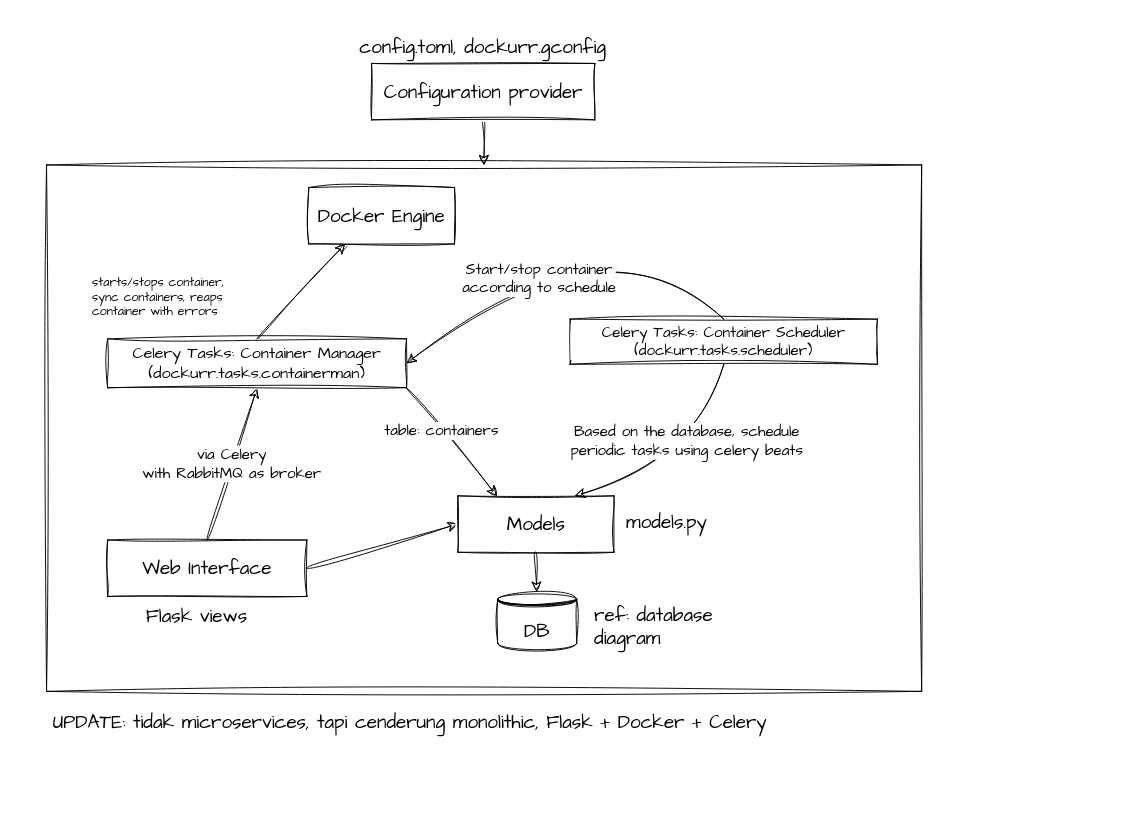
lc-at/dockurr keeps this draw.io diagram as page "services-cut" (1 of 3) of docs/caas-diagram.drawio. Above is the earlier version. Source tidied: cells renumbered, new cells numbered last; positions are measured from the earlier drawing's top-left corner, leaving out a move shared by most shapes. Both pictures are drawn from the tidied source at 94%, with x=0, y=0 at pixel (46, 32).
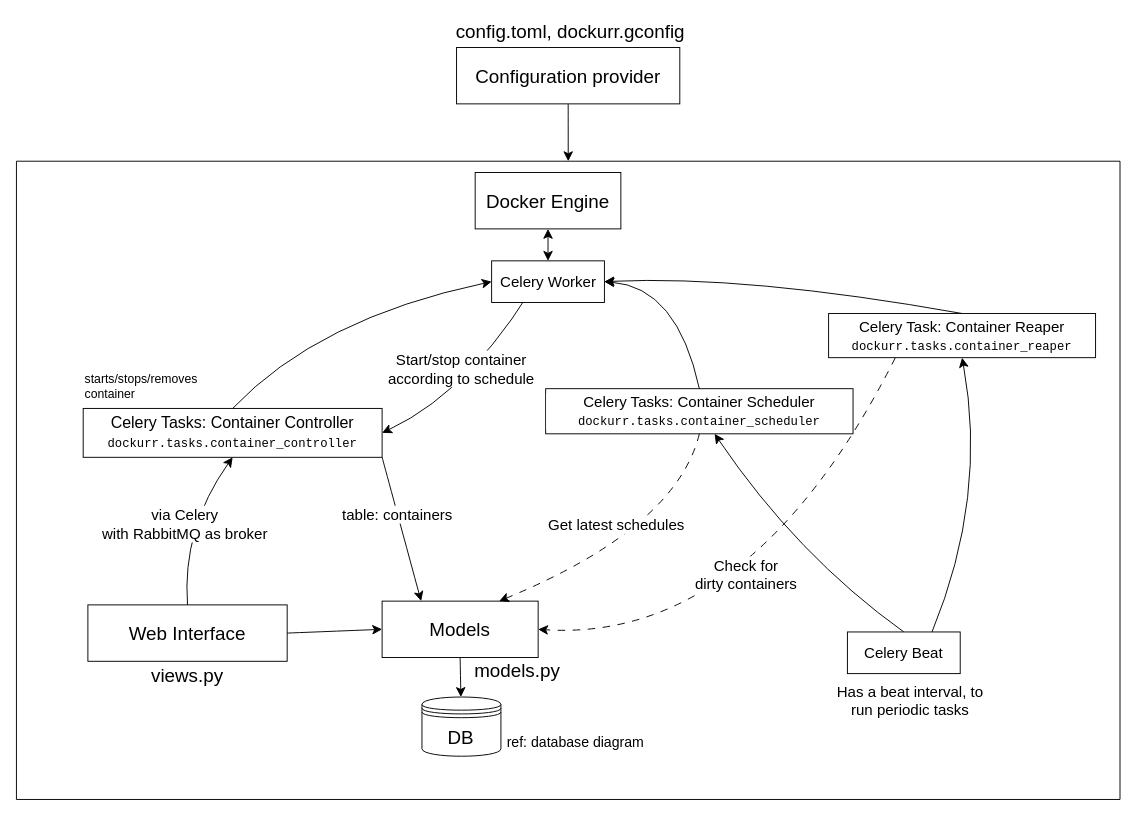
The same diagram, later.

Diff of the diagram source:
```diff
@@
-    <mxCell id="2" style="edgeStyle=none;curved=1;rounded=0;sketch=1;hachureGap=4;jiggle=2;curveFitting=1;orthogonalLoop=1;jettySize=auto;html=1;exitX=0.75;exitY=0;exitDx=0;exitDy=0;fontFamily=Architects Daughter;fontSize=16;startSize=8;endSize=8;" parent="1" edge="1">
+    <mxCell id="2" style="edgeStyle=none;curved=1;rounded=0;hachureGap=4;orthogonalLoop=1;jettySize=auto;html=1;exitX=0.75;exitY=0;exitDx=0;exitDy=0;fontFamily=Helvetica;fontSize=16;startSize=8;endSize=8;" parent="1" edge="1">
       <mxGeometry relative="1" as="geometry">
-        <mxPoint x="457.5" y="525" as="sourcePoint" />
-        <mxPoint x="457.5" y="525" as="targetPoint" />
+        <mxPoint x="463.5" y="603" as="sourcePoint" />
+        <mxPoint x="463.5" y="603" as="targetPoint" />
       </mxGeometry>
     </mxCell>
-    <mxCell id="3" value="via Celery&lt;br&gt;with RabbitMQ as broker" style="edgeStyle=none;curved=1;rounded=0;sketch=1;hachureGap=4;jiggle=2;curveFitting=1;jettySize=auto;html=1;exitX=0.5;exitY=0;exitDx=0;exitDy=0;entryX=0.5;entryY=1;entryDx=0;entryDy=0;fontFamily=Architects Daughter;fontSize=16;startSize=8;endSize=8;" parent="1" edge="1" source="5" target="15">
-      <mxGeometry relative="1" as="geometry" />
-    </mxCell>
-    <mxCell id="4" style="edgeStyle=none;curved=1;rounded=0;sketch=1;hachureGap=4;jiggle=2;curveFitting=1;jettySize=auto;html=1;exitX=1;exitY=0.5;exitDx=0;exitDy=0;fontFamily=Architects Daughter;fontSize=16;startSize=8;endSize=8;entryX=0;entryY=0.5;entryDx=0;entryDy=0;" parent="1" edge="1" source="5" target="8">
-      <mxGeometry relative="1" as="geometry" />
-    </mxCell>
-    <mxCell id="5" value="Web Interface" style="rounded=0;whiteSpace=wrap;html=1;sketch=1;hachureGap=4;jiggle=2;curveFitting=1;fontFamily=Architects Daughter;fontSize=20;fontStyle=0;" parent="1" vertex="1">
-      <mxGeometry x="65" y="540" width="212" height="60" as="geometry" />
-    </mxCell>
-    <mxCell id="6" style="group;" parent="1" vertex="1">
-      <mxGeometry x="40" y="364" width="962" height="445" as="geometry" />
-    </mxCell>
+    <mxCell id="25" style="edgeStyle=none;curved=1;rounded=0;hachureGap=4;jettySize=auto;html=1;exitX=0.5;exitY=1;exitDx=0;exitDy=0;entryX=0.5;entryY=0;entryDx=0;entryDy=0;fontFamily=Helvetica;fontSize=16;startSize=8;endSize=8;" parent="1" edge="1" source="26" target="7">
+      <mxGeometry relative="1" as="geometry" />
+    </mxCell>
+    <mxCell id="26" value="Configuration provider" style="rounded=0;whiteSpace=wrap;html=1;hachureGap=4;fontFamily=Helvetica;fontSize=20;" parent="1" vertex="1">
+      <mxGeometry x="436.2" y="16" width="237.5" height="60" as="geometry" />
+    </mxCell>
+    <mxCell id="27" value="config.toml, dockurr.gconfig" style="text;strokeColor=none;align=center;fillColor=none;html=1;verticalAlign=middle;whiteSpace=wrap;rounded=0;fontSize=20;fontFamily=Helvetica;" parent="1" vertex="1">
+      <mxGeometry x="402" y="-17" width="311" height="30" as="geometry" />
+    </mxCell>
-    <mxCell id="7" style="swimlane;startSize=0;sketch=1;hachureGap=4;jiggle=2;curveFitting=1;fontFamily=Architects Daughter;fontSize=20;" parent="6" vertex="1">
-      <mxGeometry x="-40" y="-223" width="931" height="560" as="geometry" />
+    <mxCell id="7" style="swimlane;startSize=0;hachureGap=4;fontFamily=Helvetica;fontSize=20;" parent="1" vertex="1">
+      <mxGeometry x="-32" y="137" width="1174" height="679" as="geometry" />
     </mxCell>
-    <mxCell id="8" value="Models" style="whiteSpace=wrap;html=1;sketch=1;hachureGap=4;jiggle=2;curveFitting=1;fontFamily=Architects Daughter;fontSize=20;" parent="7" vertex="1">
-      <mxGeometry x="437.6" y="352" width="166" height="60" as="geometry" />
+    <mxCell id="8" value="Models" style="whiteSpace=wrap;html=1;hachureGap=4;fontFamily=Helvetica;fontSize=20;" parent="7" vertex="1">
+      <mxGeometry x="389" y="468" width="166" height="60" as="geometry" />
     </mxCell>
-    <mxCell id="9" style="group;" parent="7" vertex="1">
-      <mxGeometry x="480" y="454" width="268" height="63" as="geometry" />
+    <mxCell id="9" style="group;fontFamily=Helvetica;" parent="7" vertex="1">
+      <mxGeometry x="431.4" y="570" width="392" height="63" as="geometry" />
     </mxCell>
-    <mxCell id="10" value="DB" style="shape=datastore;whiteSpace=wrap;html=1;sketch=1;hachureGap=4;jiggle=2;curveFitting=1;fontFamily=Architects Daughter;fontSize=20;" parent="9" vertex="1">
+    <mxCell id="10" value="DB" style="shape=datastore;whiteSpace=wrap;html=1;hachureGap=4;fontFamily=Helvetica;fontSize=20;" parent="9" vertex="1">
       <mxGeometry width="84" height="63" as="geometry" />
     </mxCell>
-    <mxCell id="11" value="ref: database diagram" style="text;strokeColor=none;align=left;fillColor=none;html=1;verticalAlign=middle;whiteSpace=wrap;rounded=0;fontSize=20;fontFamily=Architects Daughter;" parent="9" vertex="1">
-      <mxGeometry x="101" y="22" width="167" height="30" as="geometry" />
+    <mxCell id="11" value="ref: database diagram" style="text;strokeColor=none;align=left;fillColor=none;html=1;verticalAlign=middle;whiteSpace=wrap;rounded=0;fontSize=15;fontFamily=Helvetica;" parent="9" vertex="1">
+      <mxGeometry x="89" y="33" width="150" height="30" as="geometry" />
     </mxCell>
-    <mxCell id="12" style="edgeStyle=none;curved=1;rounded=0;sketch=1;hachureGap=4;jiggle=2;curveFitting=1;jettySize=auto;html=1;exitX=0.5;exitY=1;exitDx=0;exitDy=0;fontFamily=Architects Daughter;fontSize=16;startSize=8;endSize=8;" parent="7" edge="1" source="8" target="10">
+    <mxCell id="12" style="edgeStyle=none;curved=1;rounded=0;hachureGap=4;jettySize=auto;html=1;exitX=0.5;exitY=1;exitDx=0;exitDy=0;fontFamily=Helvetica;fontSize=16;startSize=8;endSize=8;" parent="7" edge="1" source="8" target="10">
       <mxGeometry relative="1" as="geometry" />
     </mxCell>
-    <mxCell id="13" value="Celery Tasks: Container Scheduler (dockurr.tasks.scheduler)" style="rounded=0;whiteSpace=wrap;html=1;sketch=1;hachureGap=4;jiggle=2;curveFitting=1;fontFamily=Architects Daughter;fontSize=16;labelBackgroundColor=default;fontStyle=0;" parent="7" vertex="1">
-      <mxGeometry x="557" y="164" width="327" height="48" as="geometry" />
+    <mxCell id="13" value="Celery Tasks: Container Scheduler &lt;font face=&quot;Courier New&quot; style=&quot;font-size: 13px;&quot;&gt;dockurr.tasks.container_scheduler&lt;/font&gt;" style="rounded=0;whiteSpace=wrap;html=1;hachureGap=4;fontFamily=Helvetica;fontSize=16;labelBackgroundColor=default;fontStyle=0;" parent="7" vertex="1">
+      <mxGeometry x="563" y="242" width="327" height="48" as="geometry" />
     </mxCell>
-    <mxCell id="14" value="Based on the database, schedule&lt;br&gt;periodic tasks using celery beats" style="edgeStyle=none;curved=1;rounded=0;sketch=1;hachureGap=4;jiggle=2;curveFitting=1;jettySize=auto;html=1;exitX=0.5;exitY=1;exitDx=0;exitDy=0;fontFamily=Architects Daughter;fontSize=16;startSize=8;endSize=8;entryX=0.75;entryY=0;entryDx=0;entryDy=0;" parent="7" edge="1" source="13" target="8">
-      <mxGeometry x="-0.08" y="-21" relative="1" as="geometry">
+    <mxCell id="14" value="Get latest schedules" style="edgeStyle=none;curved=1;rounded=0;hachureGap=4;jettySize=auto;html=1;exitX=0.5;exitY=1;exitDx=0;exitDy=0;fontFamily=Helvetica;fontSize=16;startSize=8;endSize=8;entryX=0.75;entryY=0;entryDx=0;entryDy=0;dashed=1;dashPattern=8 8;" parent="7" edge="1" source="13" target="8">
+      <mxGeometry x="0.05" y="-28" relative="1" as="geometry">
         <Array as="points">
-          <mxPoint x="696" y="312" />
+          <mxPoint x="702" y="390" />
         </Array>
+        <mxPoint y="1" as="offset" />
       </mxGeometry>
     </mxCell>
-    <mxCell id="15" value="Celery Tasks: Container Manager (dockurr.tasks.containerman)" style="rounded=0;whiteSpace=wrap;html=1;sketch=1;hachureGap=4;jiggle=2;curveFitting=1;fontFamily=Architects Daughter;fontSize=17;fontStyle=0;" parent="7" vertex="1">
-      <mxGeometry x="65" y="185" width="318" height="52" as="geometry" />
+    <mxCell id="15" value="Celery Tasks: Container Controller&lt;br&gt;&lt;font face=&quot;Courier New&quot; style=&quot;font-size: 13px;&quot;&gt;dockurr.tasks.container_controller&lt;/font&gt;" style="rounded=0;whiteSpace=wrap;html=1;hachureGap=4;fontFamily=Helvetica;fontSize=17;fontStyle=0;" parent="7" vertex="1">
+      <mxGeometry x="71" y="263" width="318" height="52" as="geometry" />
     </mxCell>
-    <mxCell id="16" value="table: containers" style="edgeStyle=none;curved=1;rounded=0;sketch=1;hachureGap=4;jiggle=2;curveFitting=1;jettySize=auto;html=1;exitX=1;exitY=1;exitDx=0;exitDy=0;fontFamily=Architects Daughter;fontSize=16;startSize=8;endSize=8;entryX=0.25;entryY=0;entryDx=0;entryDy=0;" parent="7" edge="1" source="15" target="8">
+    <mxCell id="16" value="table: containers" style="edgeStyle=none;curved=1;rounded=0;hachureGap=4;jettySize=auto;html=1;exitX=1;exitY=1;exitDx=0;exitDy=0;fontFamily=Helvetica;fontSize=16;startSize=8;endSize=8;entryX=0.25;entryY=0;entryDx=0;entryDy=0;" parent="7" edge="1" source="15" target="8">
       <mxGeometry x="-0.21" y="-1" relative="1" as="geometry" />
     </mxCell>
-    <mxCell id="17" style="edgeStyle=none;curved=1;rounded=0;sketch=1;hachureGap=4;jiggle=2;curveFitting=1;orthogonalLoop=1;jettySize=auto;html=1;exitX=0.5;exitY=1;exitDx=0;exitDy=0;fontFamily=Architects Daughter;fontSize=16;startSize=8;endSize=8;" parent="7" edge="1" source="15" target="15">
+    <mxCell id="17" style="edgeStyle=none;curved=1;rounded=0;hachureGap=4;orthogonalLoop=1;jettySize=auto;html=1;exitX=0.5;exitY=1;exitDx=0;exitDy=0;fontFamily=Helvetica;fontSize=16;startSize=8;endSize=8;" parent="7" edge="1" source="15" target="15">
       <mxGeometry relative="1" as="geometry" />
     </mxCell>
-    <mxCell id="18" value="Docker Engine" style="rounded=0;whiteSpace=wrap;html=1;sketch=1;hachureGap=4;jiggle=2;curveFitting=1;fontFamily=Architects Daughter;fontSize=20;" parent="7" vertex="1">
-      <mxGeometry x="279" y="24" width="155" height="60" as="geometry" />
+    <mxCell id="18" value="Docker Engine" style="rounded=0;whiteSpace=wrap;html=1;hachureGap=4;fontFamily=Helvetica;fontSize=20;" parent="7" vertex="1">
+      <mxGeometry x="488" y="12" width="155" height="60" as="geometry" />
     </mxCell>
-    <mxCell id="19" style="edgeStyle=none;curved=1;rounded=0;sketch=1;hachureGap=4;jiggle=2;curveFitting=1;jettySize=auto;html=1;exitX=0.5;exitY=0;exitDx=0;exitDy=0;entryX=0.25;entryY=1;entryDx=0;entryDy=0;fontFamily=Architects Daughter;fontSize=16;startSize=8;endSize=8;" parent="7" edge="1" source="15" target="18">
-      <mxGeometry relative="1" as="geometry" />
+    <mxCell id="19" style="edgeStyle=none;curved=1;rounded=0;hachureGap=4;jettySize=auto;html=1;exitX=0.5;exitY=0;exitDx=0;exitDy=0;entryX=0;entryY=0.5;entryDx=0;entryDy=0;fontFamily=Helvetica;fontSize=16;startSize=8;endSize=8;" parent="7" edge="1" source="15" target="32">
+      <mxGeometry relative="1" as="geometry">
+        <Array as="points">
+          <mxPoint x="321" y="167" />
+        </Array>
+      </mxGeometry>
     </mxCell>
-    <mxCell id="20" value="Start/stop container&lt;br&gt;according to schedule" style="edgeStyle=none;curved=1;rounded=0;sketch=1;hachureGap=4;jiggle=2;curveFitting=1;jettySize=auto;html=1;exitX=0.5;exitY=0;exitDx=0;exitDy=0;entryX=1;entryY=0.5;entryDx=0;entryDy=0;fontFamily=Architects Daughter;fontSize=16;startSize=8;endSize=8;" parent="7" edge="1" source="13" target="15">
-      <mxGeometry x="0.25" y="15" relative="1" as="geometry">
+    <mxCell id="20" value="Start/stop container&lt;br&gt;according to schedule" style="edgeStyle=none;curved=1;rounded=0;hachureGap=4;jettySize=auto;html=1;exitX=0.5;exitY=0;exitDx=0;exitDy=0;entryX=1;entryY=0.5;entryDx=0;entryDy=0;fontFamily=Helvetica;fontSize=16;startSize=8;endSize=8;" parent="7" edge="1" source="32" target="15">
+      <mxGeometry x="0.09" y="-25" relative="1" as="geometry">
         <Array as="points">
-          <mxPoint x="600" y="44" />
+          <mxPoint x="491" y="241" />
         </Array>
+        <mxPoint x="-1" as="offset" />
       </mxGeometry>
     </mxCell>
-    <mxCell id="21" value="Flask views" style="text;strokeColor=none;align=center;fillColor=none;html=1;verticalAlign=middle;whiteSpace=wrap;rounded=0;fontSize=20;fontFamily=Architects Daughter;" parent="7" vertex="1">
-      <mxGeometry x="83" y="465" width="154.1" height="30" as="geometry" />
+    <mxCell id="21" value="views.py" style="text;strokeColor=none;align=center;fillColor=none;html=1;verticalAlign=middle;whiteSpace=wrap;rounded=0;fontSize=20;fontFamily=Helvetica;" parent="7" vertex="1">
+      <mxGeometry x="105" y="532" width="154.1" height="30" as="geometry" />
     </mxCell>
-    <mxCell id="22" value="models.py" style="text;strokeColor=none;align=center;fillColor=none;html=1;verticalAlign=middle;whiteSpace=wrap;rounded=0;fontSize=20;fontFamily=Architects Daughter;" parent="7" vertex="1">
-      <mxGeometry x="630" y="365" width="60" height="30" as="geometry" />
+    <mxCell id="22" value="models.py" style="text;strokeColor=none;align=center;fillColor=none;html=1;verticalAlign=middle;whiteSpace=wrap;rounded=0;fontSize=20;fontFamily=Helvetica;" parent="7" vertex="1">
+      <mxGeometry x="503" y="526" width="60" height="30" as="geometry" />
     </mxCell>
-    <mxCell id="23" value="starts/stops container, sync containers, reaps container with errors" style="text;strokeColor=none;align=left;fillColor=none;html=1;verticalAlign=middle;whiteSpace=wrap;rounded=0;fontSize=13;fontFamily=Architects Daughter;" parent="7" vertex="1">
-      <mxGeometry x="47" y="126" width="166" height="30" as="geometry" />
+    <mxCell id="23" value="starts/stops/removes container" style="text;strokeColor=none;align=left;fillColor=none;html=1;verticalAlign=middle;whiteSpace=wrap;rounded=0;fontSize=13;fontFamily=Helvetica;" parent="7" vertex="1">
+      <mxGeometry x="71" y="224" width="166" height="30" as="geometry" />
     </mxCell>
-    <mxCell id="24" value="UPDATE: tidak microservices, tapi cenderung monolithic, Flask + Docker + Celery" style="text;strokeColor=none;align=left;fillColor=none;html=1;verticalAlign=middle;whiteSpace=wrap;rounded=0;fontSize=20;fontFamily=Architects Daughter;" parent="6" vertex="1">
-      <mxGeometry x="-35" y="355" width="832" height="30" as="geometry" />
-    </mxCell>
-    <mxCell id="25" style="edgeStyle=none;curved=1;rounded=0;sketch=1;hachureGap=4;jiggle=2;curveFitting=1;jettySize=auto;html=1;exitX=0.5;exitY=1;exitDx=0;exitDy=0;entryX=0.5;entryY=0;entryDx=0;entryDy=0;fontFamily=Architects Daughter;fontSize=16;startSize=8;endSize=8;" parent="1" edge="1" source="26" target="7">
-      <mxGeometry relative="1" as="geometry" />
-    </mxCell>
-    <mxCell id="26" value="Configuration provider" style="rounded=0;whiteSpace=wrap;html=1;sketch=1;hachureGap=4;jiggle=2;curveFitting=1;fontFamily=Architects Daughter;fontSize=20;" parent="1" vertex="1">
-      <mxGeometry x="345.8" y="33" width="237.5" height="60" as="geometry" />
-    </mxCell>
-    <mxCell id="27" value="config.toml, dockurr.gconfig" style="text;strokeColor=none;align=center;fillColor=none;html=1;verticalAlign=middle;whiteSpace=wrap;rounded=0;fontSize=20;fontFamily=Architects Daughter;" parent="1" vertex="1">
-      <mxGeometry x="309" width="311" height="30" as="geometry" />
-    </mxCell>
+    <mxCell id="28" style="edgeStyle=none;curved=1;rounded=0;jettySize=auto;html=1;exitX=0.75;exitY=0;exitDx=0;exitDy=0;entryX=0.5;entryY=1;entryDx=0;entryDy=0;fontSize=12;startSize=8;endSize=8;" parent="7" edge="1" source="38" target="36">
+      <mxGeometry relative="1" as="geometry">
+        <Array as="points">
+          <mxPoint x="1033" y="357" />
+        </Array>
+      </mxGeometry>
+    </mxCell>
+    <mxCell id="29" style="edgeStyle=none;curved=1;rounded=0;jettySize=auto;html=1;exitX=0.5;exitY=0;exitDx=0;exitDy=0;fontSize=12;startSize=8;endSize=8;" parent="7" edge="1" source="38" target="13">
+      <mxGeometry relative="1" as="geometry">
+        <Array as="points">
+          <mxPoint x="830" y="419" />
+        </Array>
+      </mxGeometry>
+    </mxCell>
+    <mxCell id="5" value="Web Interface" style="rounded=0;whiteSpace=wrap;html=1;hachureGap=4;fontFamily=Helvetica;fontSize=20;fontStyle=0;" parent="7" vertex="1">
+      <mxGeometry x="76" y="472" width="212" height="60" as="geometry" />
+    </mxCell>
+    <mxCell id="3" value="via Celery&lt;br&gt;with RabbitMQ as broker" style="edgeStyle=none;curved=1;rounded=0;hachureGap=4;jettySize=auto;html=1;exitX=0.5;exitY=0;exitDx=0;exitDy=0;entryX=0.5;entryY=1;entryDx=0;entryDy=0;fontFamily=Helvetica;fontSize=16;startSize=8;endSize=8;" parent="7" edge="1" source="5" target="15">
+      <mxGeometry relative="1" as="geometry">
+        <Array as="points">
+          <mxPoint x="176" y="391" />
+        </Array>
+      </mxGeometry>
+    </mxCell>
+    <mxCell id="4" style="edgeStyle=none;curved=1;rounded=0;hachureGap=4;jettySize=auto;html=1;exitX=1;exitY=0.5;exitDx=0;exitDy=0;fontFamily=Helvetica;fontSize=16;startSize=8;endSize=8;entryX=0;entryY=0.5;entryDx=0;entryDy=0;" parent="7" edge="1" source="5" target="8">
+      <mxGeometry relative="1" as="geometry" />
+    </mxCell>
+    <mxCell id="30" style="edgeStyle=none;curved=1;rounded=0;hachureGap=4;jettySize=auto;html=1;exitX=0.5;exitY=0;exitDx=0;exitDy=0;entryX=1;entryY=0.5;entryDx=0;entryDy=0;fontFamily=Helvetica;fontSize=16;startSize=8;endSize=8;" parent="7" edge="1" source="13" target="32">
+      <mxGeometry x="0.25" y="15" relative="1" as="geometry">
+        <Array as="points">
+          <mxPoint x="703" y="134" />
+        </Array>
+      </mxGeometry>
+    </mxCell>
+    <mxCell id="31" style="edgeStyle=none;curved=1;rounded=0;jettySize=auto;html=1;exitX=0.5;exitY=0;exitDx=0;exitDy=0;entryX=0.5;entryY=1;entryDx=0;entryDy=0;fontSize=12;startSize=8;endSize=8;startArrow=classic;startFill=1;" parent="7" edge="1" source="32" target="18">
+      <mxGeometry relative="1" as="geometry" />
+    </mxCell>
+    <mxCell id="32" value="Celery Worker" style="whiteSpace=wrap;html=1;fontSize=16;" parent="7" vertex="1">
+      <mxGeometry x="505.5" y="106" width="120" height="44.3" as="geometry" />
+    </mxCell>
+    <mxCell id="33" style="edgeStyle=none;curved=1;rounded=0;jettySize=auto;html=1;entryX=1;entryY=0.5;entryDx=0;entryDy=0;fontSize=12;startSize=8;endSize=8;dashed=1;dashPattern=8 8;exitX=0.25;exitY=1;exitDx=0;exitDy=0;" parent="7" edge="1" source="36" target="8">
+      <mxGeometry relative="1" as="geometry">
+        <Array as="points">
+          <mxPoint x="782" y="512" />
+        </Array>
+      </mxGeometry>
+    </mxCell>
+    <mxCell id="34" value="Check for&lt;br&gt;dirty containers" style="edgeLabel;html=1;align=center;verticalAlign=middle;fontSize=16;" parent="33" vertex="1">
+      <mxGeometry x="0.19" y="7" relative="1" as="geometry">
+        <mxPoint x="-14" y="-73" as="offset" />
+      </mxGeometry>
+    </mxCell>
+    <mxCell id="35" style="edgeStyle=none;curved=1;rounded=0;jettySize=auto;html=1;exitX=0.5;exitY=0;exitDx=0;exitDy=0;entryX=1;entryY=0.5;entryDx=0;entryDy=0;fontSize=12;startSize=8;endSize=8;" parent="7" edge="1" source="36" target="32">
+      <mxGeometry relative="1" as="geometry">
+        <Array as="points">
+          <mxPoint x="776" y="121" />
+        </Array>
+      </mxGeometry>
+    </mxCell>
+    <mxCell id="36" value="Celery Task: Container Reaper&lt;br&gt;&lt;font style=&quot;font-size: 13px;&quot; face=&quot;Courier New&quot;&gt;dockurr.tasks.container_reaper&lt;/font&gt;" style="whiteSpace=wrap;html=1;fontSize=16;" parent="7" vertex="1">
+      <mxGeometry x="864" y="162" width="284" height="47" as="geometry" />
+    </mxCell>
+    <mxCell id="37" style="group;" parent="7" vertex="1">
+      <mxGeometry x="864" y="458.8" width="159.9" height="86.3" as="geometry" />
+    </mxCell>
+    <mxCell id="38" value="Celery Beat" style="whiteSpace=wrap;html=1;fontSize=16;" parent="37" vertex="1">
+      <mxGeometry x="20" y="42" width="120" height="44.3" as="geometry" />
+    </mxCell>
+    <mxCell id="39" value="Has a beat interval, to run periodic tasks" style="text;strokeColor=none;align=center;fillColor=none;html=1;verticalAlign=middle;whiteSpace=wrap;rounded=0;fontSize=16;" parent="7" vertex="1">
+      <mxGeometry x="871" y="559" width="159.9" height="30" as="geometry" />
+    </mxCell>
```
